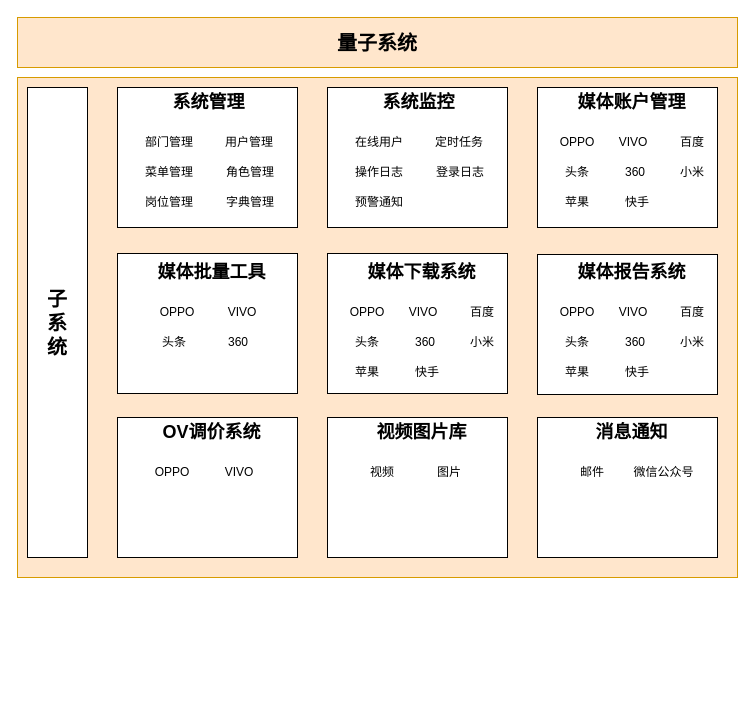
Before: 公司业务图.drawio in xccsoftware/bootStrap, a draw.io diagram. Source tidied: cells renumbered, new cells numbered last; positions are measured from the earlier drawing's top-left corner, leaving out a move shared by most shapes. Both pictures are drawn from the tidied source at 100%, with x=0, y=0 at pixel (17, 17).
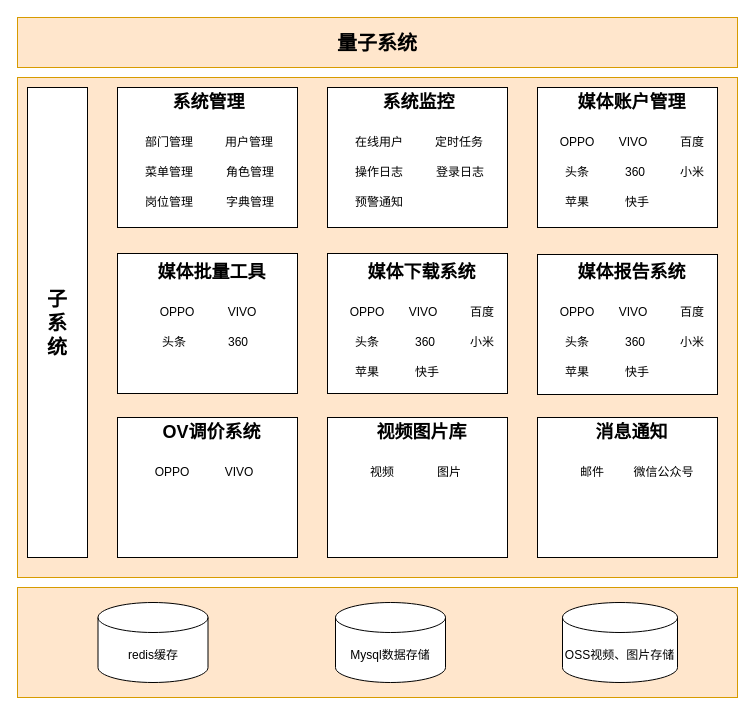
The same page after the edit.

Commit message (it also covers changes not shown here):
更新公司业务图.drawio

Diff of the diagram source:
```diff
@@
+    <mxCell id="68" style="rounded=0;whiteSpace=wrap;html=1;fillColor=#ffe6cc;strokeColor=#d79b00;" parent="1" vertex="1">
+      <mxGeometry y="570" width="720" height="110" as="geometry" />
+    </mxCell>
+    <mxCell id="69" value="redis缓存" style="shape=cylinder3;whiteSpace=wrap;html=1;boundedLbl=1;backgroundOutline=1;size=15;" parent="1" vertex="1">
+      <mxGeometry x="80.5" y="585" width="110" height="80" as="geometry" />
+    </mxCell>
+    <mxCell id="70" value="Mysql数据存储" style="shape=cylinder3;whiteSpace=wrap;html=1;boundedLbl=1;backgroundOutline=1;size=15;" parent="1" vertex="1">
+      <mxGeometry x="318" y="585" width="110" height="80" as="geometry" />
+    </mxCell>
+    <mxCell id="71" value="OSS视频、图片存储" style="shape=cylinder3;whiteSpace=wrap;html=1;boundedLbl=1;backgroundOutline=1;size=15;" parent="1" vertex="1">
+      <mxGeometry x="545" y="585" width="115" height="80" as="geometry" />
+    </mxCell>
```
